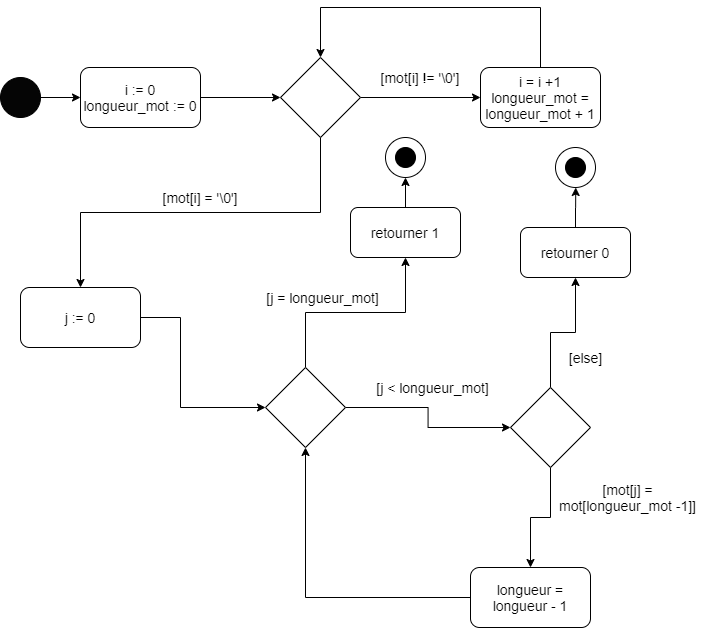
Above: Validation_Ben/UMLPalindrome.drawio.png in simon13456/s1app2 (draw.io), before the change. Source tidied: cells renumbered, new cells last; positions are measured from the earlier drawing's top-left corner, leaving out a move shared by most shapes. The source it was exported from:
```xml
<mxGraphModel background="#ffffff">
  <root>
    <mxCell id="0" />
    <mxCell id="1" parent="0" />
    <mxCell id="2" style="edgeStyle=orthogonalEdgeStyle;rounded=0;jettySize=auto;html=1;exitX=1;exitY=0.5;exitDx=0;exitDy=0;entryX=0;entryY=0.5;entryDx=0;entryDy=0;" parent="1" edge="1" source="3" target="6">
      <mxGeometry relative="1" as="geometry" />
    </mxCell>
    <mxCell id="3" style="ellipse;whiteSpace=wrap;html=1;fillColor=#050505;" parent="1" vertex="1">
      <mxGeometry y="70" width="40" height="40" as="geometry" />
    </mxCell>
    <mxCell id="4" style="rounded=1;whiteSpace=wrap;html=1;" parent="1" vertex="1">
      <mxGeometry x="80" y="60" width="120" height="60" as="geometry" />
    </mxCell>
    <mxCell id="5" style="edgeStyle=orthogonalEdgeStyle;rounded=0;jettySize=auto;html=1;exitX=1;exitY=0.5;exitDx=0;exitDy=0;" parent="1" edge="1" source="6">
      <mxGeometry relative="1" as="geometry">
        <mxPoint x="280" y="90" as="targetPoint" />
      </mxGeometry>
    </mxCell>
    <mxCell id="6" value="&lt;font style=&quot;font-size: 14px&quot;&gt;i := 0&lt;br&gt;longueur_mot := 0&lt;/font&gt;" style="text;html=1;align=center;verticalAlign=middle;whiteSpace=wrap;rounded=0;" parent="1" vertex="1">
      <mxGeometry x="80" y="60" width="120" height="60" as="geometry" />
    </mxCell>
    <mxCell id="7" style="edgeStyle=orthogonalEdgeStyle;rounded=0;jettySize=auto;html=1;exitX=1;exitY=0.5;exitDx=0;exitDy=0;" parent="1" edge="1" source="9">
      <mxGeometry relative="1" as="geometry">
        <mxPoint x="480" y="90" as="targetPoint" />
      </mxGeometry>
    </mxCell>
    <mxCell id="8" style="edgeStyle=orthogonalEdgeStyle;rounded=0;jettySize=auto;html=1;exitX=0.5;exitY=1;exitDx=0;exitDy=0;entryX=0.5;entryY=0;entryDx=0;entryDy=0;" parent="1" edge="1" source="9" target="16">
      <mxGeometry relative="1" as="geometry" />
    </mxCell>
    <mxCell id="9" style="rhombus;whiteSpace=wrap;html=1;" parent="1" vertex="1">
      <mxGeometry x="280" y="50" width="80" height="80" as="geometry" />
    </mxCell>
    <mxCell id="10" value="&lt;font style=&quot;font-size: 14px&quot;&gt;[mot[i] != '\0']&lt;/font&gt;" style="text;html=1;align=center;verticalAlign=middle;whiteSpace=wrap;rounded=0;" parent="1" vertex="1">
      <mxGeometry x="360" y="60" width="120" height="20" as="geometry" />
    </mxCell>
    <mxCell id="11" value="&lt;font style=&quot;font-size: 14px&quot;&gt;[mot[i] = '\0']&lt;/font&gt;" style="text;html=1;align=center;verticalAlign=middle;whiteSpace=wrap;rounded=0;" parent="1" vertex="1">
      <mxGeometry x="140" y="180" width="120" height="20" as="geometry" />
    </mxCell>
    <mxCell id="12" style="rounded=1;whiteSpace=wrap;html=1;" parent="1" vertex="1">
      <mxGeometry x="480" y="60" width="120" height="60" as="geometry" />
    </mxCell>
    <mxCell id="13" style="edgeStyle=orthogonalEdgeStyle;rounded=0;jettySize=auto;html=1;exitX=0.5;exitY=0;exitDx=0;exitDy=0;entryX=0.5;entryY=0;entryDx=0;entryDy=0;" parent="1" edge="1" source="14" target="9">
      <mxGeometry relative="1" as="geometry">
        <Array as="points">
          <mxPoint x="540" />
          <mxPoint x="320" />
        </Array>
      </mxGeometry>
    </mxCell>
    <mxCell id="14" value="&lt;font style=&quot;font-size: 14px&quot;&gt;i = i +1&lt;br&gt;longueur_mot = longueur_mot + 1&lt;/font&gt;" style="text;html=1;align=center;verticalAlign=middle;whiteSpace=wrap;rounded=0;" parent="1" vertex="1">
      <mxGeometry x="480" y="60" width="120" height="60" as="geometry" />
    </mxCell>
    <mxCell id="15" style="edgeStyle=orthogonalEdgeStyle;rounded=0;jettySize=auto;html=1;exitX=1;exitY=0.5;exitDx=0;exitDy=0;entryX=0;entryY=0.5;entryDx=0;entryDy=0;" parent="1" edge="1" source="16" target="23">
      <mxGeometry relative="1" as="geometry">
        <Array as="points">
          <mxPoint x="180" y="310" />
          <mxPoint x="180" y="400" />
        </Array>
      </mxGeometry>
    </mxCell>
    <mxCell id="16" style="rounded=1;whiteSpace=wrap;html=1;" parent="1" vertex="1">
      <mxGeometry x="20" y="280" width="120" height="60" as="geometry" />
    </mxCell>
    <mxCell id="17" style="edgeStyle=orthogonalEdgeStyle;rounded=0;orthogonalLoop=1;jettySize=auto;html=1;exitX=0.5;exitY=1;exitDx=0;exitDy=0;entryX=0.5;entryY=1;entryDx=0;entryDy=0;" parent="1" edge="1" source="20" target="20">
      <mxGeometry relative="1" as="geometry" />
    </mxCell>
    <mxCell id="18" style="edgeStyle=orthogonalEdgeStyle;rounded=0;orthogonalLoop=1;jettySize=auto;html=1;exitX=1;exitY=0.5;exitDx=0;exitDy=0;entryX=1;entryY=0.5;entryDx=0;entryDy=0;" parent="1" edge="1" source="20" target="20">
      <mxGeometry relative="1" as="geometry" />
    </mxCell>
    <mxCell id="19" style="edgeStyle=orthogonalEdgeStyle;rounded=0;orthogonalLoop=1;jettySize=auto;html=1;exitX=1;exitY=0.5;exitDx=0;exitDy=0;entryX=1;entryY=0.5;entryDx=0;entryDy=0;" parent="1" edge="1" source="20" target="20">
      <mxGeometry relative="1" as="geometry" />
    </mxCell>
    <mxCell id="20" value="&lt;font style=&quot;font-size: 14px&quot;&gt;j := 0&lt;br&gt;&lt;/font&gt;" style="text;html=1;align=center;verticalAlign=middle;whiteSpace=wrap;rounded=0;" parent="1" vertex="1">
      <mxGeometry x="20" y="280" width="120" height="60" as="geometry" />
    </mxCell>
    <mxCell id="21" style="edgeStyle=orthogonalEdgeStyle;rounded=0;jettySize=auto;html=1;exitX=0.5;exitY=0;exitDx=0;exitDy=0;entryX=0.5;entryY=1;entryDx=0;entryDy=0;" parent="1" edge="1" source="23" target="24">
      <mxGeometry relative="1" as="geometry" />
    </mxCell>
    <mxCell id="22" style="edgeStyle=orthogonalEdgeStyle;rounded=0;jettySize=auto;html=1;exitX=1;exitY=0.5;exitDx=0;exitDy=0;" parent="1" edge="1" source="23">
      <mxGeometry relative="1" as="geometry">
        <mxPoint x="510" y="420" as="targetPoint" />
      </mxGeometry>
    </mxCell>
    <mxCell id="23" style="rhombus;whiteSpace=wrap;html=1;" parent="1" vertex="1">
      <mxGeometry x="265" y="360" width="80" height="80" as="geometry" />
    </mxCell>
    <mxCell id="24" style="rounded=1;whiteSpace=wrap;html=1;" parent="1" vertex="1">
      <mxGeometry x="350" y="200" width="110" height="50" as="geometry" />
    </mxCell>
    <mxCell id="25" style="edgeStyle=orthogonalEdgeStyle;rounded=0;jettySize=auto;html=1;exitX=0.5;exitY=0;exitDx=0;exitDy=0;" parent="1" edge="1" source="26" target="27">
      <mxGeometry relative="1" as="geometry" />
    </mxCell>
    <mxCell id="26" value="&lt;span style=&quot;font-size: 14px&quot;&gt;retourner 1&lt;/span&gt;" style="text;html=1;align=center;verticalAlign=middle;whiteSpace=wrap;rounded=0;" parent="1" vertex="1">
      <mxGeometry x="350" y="200" width="110" height="50" as="geometry" />
    </mxCell>
    <mxCell id="27" style="ellipse;whiteSpace=wrap;html=1;" parent="1" vertex="1">
      <mxGeometry x="385" y="130" width="40" height="40" as="geometry" />
    </mxCell>
    <mxCell id="28" style="ellipse;whiteSpace=wrap;html=1;fillColor=#000000;" parent="1" vertex="1">
      <mxGeometry x="395" y="140" width="20" height="20" as="geometry" />
    </mxCell>
    <mxCell id="29" value="&lt;font style=&quot;font-size: 14px&quot;&gt;[j = longueur_mot]&lt;br&gt;&lt;/font&gt;" style="text;html=1;align=center;verticalAlign=middle;whiteSpace=wrap;rounded=0;" parent="1" vertex="1">
      <mxGeometry x="250" y="260" width="145" height="60" as="geometry" />
    </mxCell>
    <mxCell id="30" style="edgeStyle=orthogonalEdgeStyle;rounded=0;jettySize=auto;html=1;exitX=0.5;exitY=0;exitDx=0;exitDy=0;entryX=0.5;entryY=1;entryDx=0;entryDy=0;" parent="1" edge="1" source="32" target="33">
      <mxGeometry relative="1" as="geometry" />
    </mxCell>
    <mxCell id="31" style="edgeStyle=orthogonalEdgeStyle;rounded=0;jettySize=auto;html=1;exitX=0.5;exitY=1;exitDx=0;exitDy=0;" parent="1" edge="1" source="32">
      <mxGeometry relative="1" as="geometry">
        <mxPoint x="530" y="560" as="targetPoint" />
      </mxGeometry>
    </mxCell>
    <mxCell id="32" style="rhombus;whiteSpace=wrap;html=1;" parent="1" vertex="1">
      <mxGeometry x="510" y="380" width="80" height="80" as="geometry" />
    </mxCell>
    <mxCell id="33" style="rounded=1;whiteSpace=wrap;html=1;" parent="1" vertex="1">
      <mxGeometry x="520" y="220" width="110" height="50" as="geometry" />
    </mxCell>
    <mxCell id="34" style="edgeStyle=orthogonalEdgeStyle;rounded=0;jettySize=auto;html=1;exitX=0.5;exitY=0;exitDx=0;exitDy=0;" parent="1" edge="1" source="35">
      <mxGeometry relative="1" as="geometry">
        <mxPoint x="575.2" y="180" as="targetPoint" />
      </mxGeometry>
    </mxCell>
    <mxCell id="35" value="&lt;span style=&quot;font-size: 14px&quot;&gt;retourner 0&lt;br&gt;&lt;/span&gt;" style="text;html=1;align=center;verticalAlign=middle;whiteSpace=wrap;rounded=0;" parent="1" vertex="1">
      <mxGeometry x="520" y="220" width="110" height="50" as="geometry" />
    </mxCell>
    <mxCell id="36" style="ellipse;whiteSpace=wrap;html=1;" parent="1" vertex="1">
      <mxGeometry x="555" y="140" width="40" height="40" as="geometry" />
    </mxCell>
    <mxCell id="37" style="ellipse;whiteSpace=wrap;html=1;fillColor=#000000;" parent="1" vertex="1">
      <mxGeometry x="565" y="150" width="20" height="20" as="geometry" />
    </mxCell>
    <mxCell id="38" value="&lt;font style=&quot;font-size: 14px&quot;&gt;[j &amp;lt; longueur_mot]&lt;br&gt;&lt;/font&gt;" style="text;html=1;align=center;verticalAlign=middle;whiteSpace=wrap;rounded=0;" parent="1" vertex="1">
      <mxGeometry x="360" y="350" width="145" height="60" as="geometry" />
    </mxCell>
    <mxCell id="39" value="&lt;font style=&quot;font-size: 14px&quot;&gt;[mot[j] = mot[longueur_mot -1]]&lt;br&gt;&lt;/font&gt;" style="text;html=1;align=center;verticalAlign=middle;whiteSpace=wrap;rounded=0;" parent="1" vertex="1">
      <mxGeometry x="550" y="460" width="155" height="60" as="geometry" />
    </mxCell>
    <mxCell id="40" style="rounded=1;whiteSpace=wrap;html=1;" parent="1" vertex="1">
      <mxGeometry x="470" y="560" width="120" height="60" as="geometry" />
    </mxCell>
    <mxCell id="41" style="edgeStyle=orthogonalEdgeStyle;rounded=0;jettySize=auto;html=1;exitX=0;exitY=0.5;exitDx=0;exitDy=0;entryX=0.5;entryY=1;entryDx=0;entryDy=0;" parent="1" edge="1" source="42" target="23">
      <mxGeometry relative="1" as="geometry" />
    </mxCell>
    <mxCell id="42" value="&lt;font style=&quot;font-size: 14px&quot;&gt;longueur = longueur - 1&lt;br&gt;&lt;/font&gt;" style="text;html=1;align=center;verticalAlign=middle;whiteSpace=wrap;rounded=0;" parent="1" vertex="1">
      <mxGeometry x="470" y="560" width="120" height="60" as="geometry" />
    </mxCell>
    <mxCell id="43" value="&lt;font style=&quot;font-size: 14px&quot;&gt;[else]&lt;/font&gt;" style="text;html=1;align=center;verticalAlign=middle;" parent="1" vertex="1">
      <mxGeometry x="560" y="340" width="50" height="20" as="geometry" />
    </mxCell>
  </root>
</mxGraphModel>
```
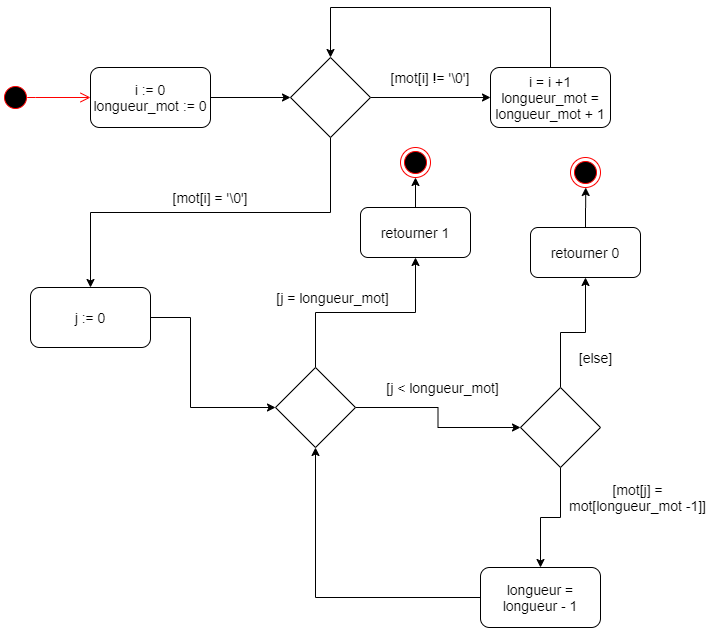
Later version of the same file.

Commit message:
Valid Partie Ben Finale

Diff of the diagram source:
```diff
@@ -2,12 +2,6 @@
   <root>
     <mxCell id="0" />
     <mxCell id="1" parent="0" />
-    <mxCell id="2" style="edgeStyle=orthogonalEdgeStyle;rounded=0;jettySize=auto;html=1;exitX=1;exitY=0.5;exitDx=0;exitDy=0;entryX=0;entryY=0.5;entryDx=0;entryDy=0;" parent="1" edge="1" source="3" target="6">
-      <mxGeometry relative="1" as="geometry" />
-    </mxCell>
-    <mxCell id="3" style="ellipse;whiteSpace=wrap;html=1;fillColor=#050505;" parent="1" vertex="1">
-      <mxGeometry y="70" width="40" height="40" as="geometry" />
-    </mxCell>
     <mxCell id="4" style="rounded=1;whiteSpace=wrap;html=1;" parent="1" vertex="1">
       <mxGeometry x="80" y="60" width="120" height="60" as="geometry" />
     </mxCell>
@@ -87,18 +81,14 @@
     <mxCell id="24" style="rounded=1;whiteSpace=wrap;html=1;" parent="1" vertex="1">
       <mxGeometry x="350" y="200" width="110" height="50" as="geometry" />
     </mxCell>
-    <mxCell id="25" style="edgeStyle=orthogonalEdgeStyle;rounded=0;jettySize=auto;html=1;exitX=0.5;exitY=0;exitDx=0;exitDy=0;" parent="1" edge="1" source="26" target="27">
-      <mxGeometry relative="1" as="geometry" />
+    <mxCell id="25" style="edgeStyle=orthogonalEdgeStyle;rounded=0;jettySize=auto;html=1;exitX=0.5;exitY=0;exitDx=0;exitDy=0;" parent="1" edge="1" source="26">
+      <mxGeometry relative="1" as="geometry">
+        <mxPoint x="405" y="170" as="targetPoint" />
+      </mxGeometry>
     </mxCell>
     <mxCell id="26" value="&lt;span style=&quot;font-size: 14px&quot;&gt;retourner 1&lt;/span&gt;" style="text;html=1;align=center;verticalAlign=middle;whiteSpace=wrap;rounded=0;" parent="1" vertex="1">
       <mxGeometry x="350" y="200" width="110" height="50" as="geometry" />
     </mxCell>
-    <mxCell id="27" style="ellipse;whiteSpace=wrap;html=1;" parent="1" vertex="1">
-      <mxGeometry x="385" y="130" width="40" height="40" as="geometry" />
-    </mxCell>
-    <mxCell id="28" style="ellipse;whiteSpace=wrap;html=1;fillColor=#000000;" parent="1" vertex="1">
-      <mxGeometry x="395" y="140" width="20" height="20" as="geometry" />
-    </mxCell>
     <mxCell id="29" value="&lt;font style=&quot;font-size: 14px&quot;&gt;[j = longueur_mot]&lt;br&gt;&lt;/font&gt;" style="text;html=1;align=center;verticalAlign=middle;whiteSpace=wrap;rounded=0;" parent="1" vertex="1">
       <mxGeometry x="250" y="260" width="145" height="60" as="geometry" />
     </mxCell>
@@ -124,12 +114,6 @@
     <mxCell id="35" value="&lt;span style=&quot;font-size: 14px&quot;&gt;retourner 0&lt;br&gt;&lt;/span&gt;" style="text;html=1;align=center;verticalAlign=middle;whiteSpace=wrap;rounded=0;" parent="1" vertex="1">
       <mxGeometry x="520" y="220" width="110" height="50" as="geometry" />
     </mxCell>
-    <mxCell id="36" style="ellipse;whiteSpace=wrap;html=1;" parent="1" vertex="1">
-      <mxGeometry x="555" y="140" width="40" height="40" as="geometry" />
-    </mxCell>
-    <mxCell id="37" style="ellipse;whiteSpace=wrap;html=1;fillColor=#000000;" parent="1" vertex="1">
-      <mxGeometry x="565" y="150" width="20" height="20" as="geometry" />
-    </mxCell>
     <mxCell id="38" value="&lt;font style=&quot;font-size: 14px&quot;&gt;[j &amp;lt; longueur_mot]&lt;br&gt;&lt;/font&gt;" style="text;html=1;align=center;verticalAlign=middle;whiteSpace=wrap;rounded=0;" parent="1" vertex="1">
       <mxGeometry x="360" y="350" width="145" height="60" as="geometry" />
     </mxCell>
@@ -148,5 +132,21 @@
     <mxCell id="43" value="&lt;font style=&quot;font-size: 14px&quot;&gt;[else]&lt;/font&gt;" style="text;html=1;align=center;verticalAlign=middle;" parent="1" vertex="1">
       <mxGeometry x="560" y="340" width="50" height="20" as="geometry" />
     </mxCell>
+    <mxCell id="44" style="ellipse;html=1;shape=endState;fillColor=#000000;strokeColor=#ff0000;" parent="1" vertex="1">
+      <mxGeometry x="390" y="140" width="30" height="30" as="geometry" />
+    </mxCell>
+    <mxCell id="45" style="ellipse;html=1;shape=endState;fillColor=#000000;strokeColor=#ff0000;" parent="1" vertex="1">
+      <mxGeometry x="560" y="150" width="30" height="30" as="geometry" />
+    </mxCell>
+    <mxCell id="46" style="ellipse;html=1;shape=startState;fillColor=#000000;strokeColor=#ff0000;" parent="1" vertex="1">
+      <mxGeometry x="-10" y="75" width="30" height="30" as="geometry" />
+    </mxCell>
+    <mxCell id="47" style="edgeStyle=orthogonalEdgeStyle;html=1;verticalAlign=bottom;endArrow=open;endSize=8;strokeColor=#ff0000;entryX=0;entryY=0.5;entryDx=0;entryDy=0;" parent="1" edge="1" source="46" target="6">
+      <mxGeometry relative="1" as="geometry">
+        <Array as="points">
+          <mxPoint x="15" y="90" />
+        </Array>
+      </mxGeometry>
+    </mxCell>
   </root>
 </mxGraphModel>
```
